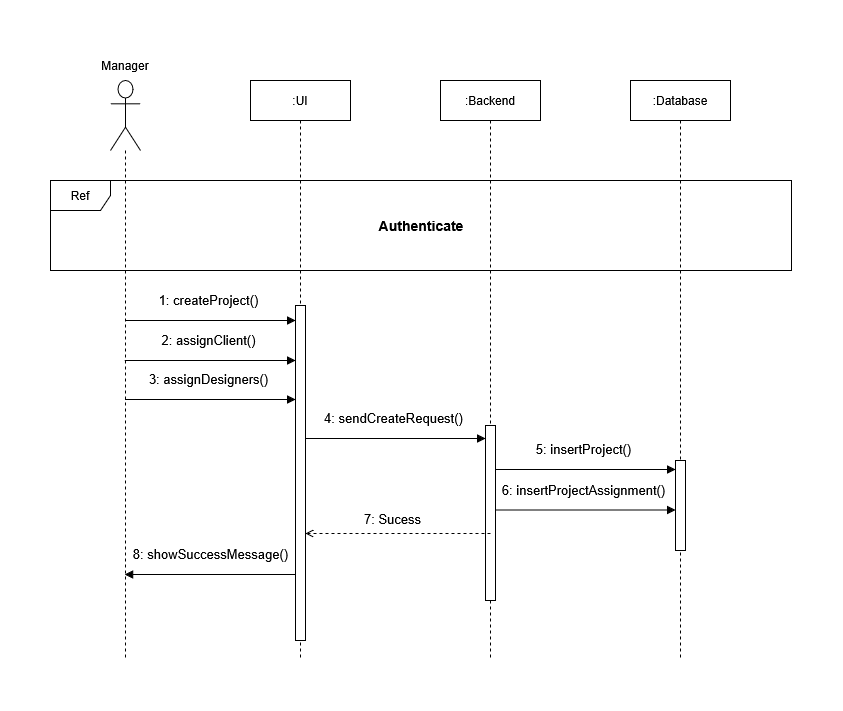
mahdi000666/DesignFlow keeps this draw.io diagram as docs/diagrams/SequenceProjectCreation.drawio.png. Above is the earlier version. Source tidied: cells renumbered, new cells last; positions are measured from the earlier drawing's top-left corner, leaving out a move shared by most shapes.
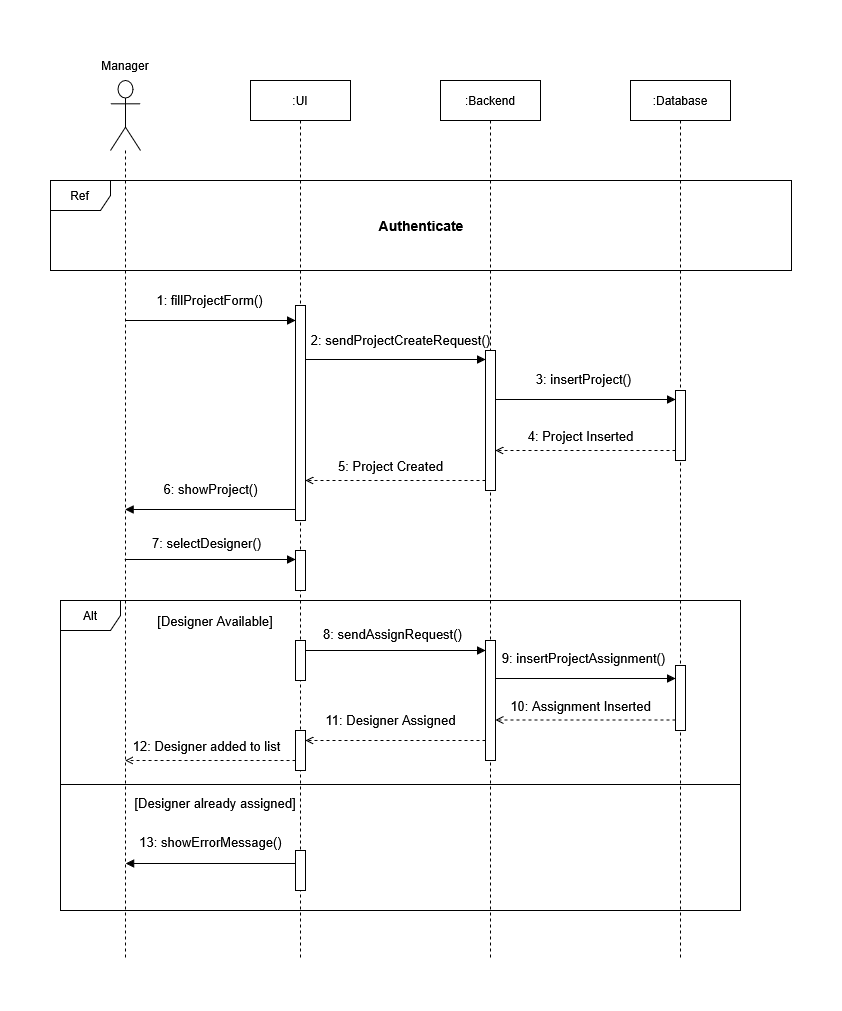
The same diagram one commit later.

Diff of the diagram source:
```diff
@@ -3,39 +3,40 @@
     <mxCell id="0" />
     <mxCell id="1" parent="0" />
     <mxCell id="2" style="shape=umlLifeline;perimeter=lifelinePerimeter;whiteSpace=wrap;html=1;outlineConnect=0;portConstraint=eastwest;newEdgeStyle={&quot;curved&quot;:0,&quot;rounded&quot;:0};participant=umlActor;size=70;" parent="1" vertex="1">
-      <mxGeometry x="60" y="30" width="30" height="580" as="geometry" />
+      <mxGeometry x="60" y="30" width="30" height="880" as="geometry" />
     </mxCell>
     <mxCell id="3" value=":UI" style="shape=umlLifeline;perimeter=lifelinePerimeter;whiteSpace=wrap;html=1;newEdgeStyle={&quot;curved&quot;:0,&quot;rounded&quot;:0};" parent="1" vertex="1">
-      <mxGeometry x="200" y="30" width="100" height="580" as="geometry" />
+      <mxGeometry x="200" y="30" width="100" height="880" as="geometry" />
     </mxCell>
     <mxCell id="4" style="html=1;points=[[0,0,0,0,5],[0,1,0,0,-5],[1,0,0,0,5],[1,1,0,0,-5]];perimeter=orthogonalPerimeter;outlineConnect=0;targetShapes=umlLifeline;portConstraint=eastwest;newEdgeStyle={&quot;curved&quot;:0,&quot;rounded&quot;:0};" parent="3" vertex="1">
-      <mxGeometry x="45" y="225" width="10" height="335" as="geometry" />
+      <mxGeometry x="45" y="225" width="10" height="215" as="geometry" />
     </mxCell>
+    <mxCell id="20" style="html=1;perimeter=orthogonalPerimeter;targetShapes=umlLifeline;newEdgeStyle={&quot;curved&quot;:0,&quot;rounded&quot;:0};" parent="3" vertex="1">
+      <mxGeometry x="45" y="470" width="10" height="40" as="geometry" />
+    </mxCell>
     <mxCell id="5" value="&lt;div&gt;:Backend&lt;/div&gt;" style="shape=umlLifeline;perimeter=lifelinePerimeter;whiteSpace=wrap;html=1;newEdgeStyle={&quot;curved&quot;:0,&quot;rounded&quot;:0};" parent="1" vertex="1">
-      <mxGeometry x="390" y="30" width="100" height="580" as="geometry" />
+      <mxGeometry x="390" y="30" width="100" height="880" as="geometry" />
     </mxCell>
     <mxCell id="6" style="html=1;points=[[0,0,0,0,5],[0,1,0,0,-5],[1,0,0,0,5],[1,1,0,0,-5]];perimeter=orthogonalPerimeter;outlineConnect=0;targetShapes=umlLifeline;portConstraint=eastwest;newEdgeStyle={&quot;curved&quot;:0,&quot;rounded&quot;:0};" parent="5" vertex="1">
-      <mxGeometry x="45" y="345" width="10" height="175" as="geometry" />
+      <mxGeometry x="45" y="270" width="10" height="140" as="geometry" />
     </mxCell>
     <mxCell id="7" value="&lt;div&gt;:Database&lt;/div&gt;" style="shape=umlLifeline;perimeter=lifelinePerimeter;whiteSpace=wrap;html=1;newEdgeStyle={&quot;curved&quot;:0,&quot;rounded&quot;:0};" parent="1" vertex="1">
-      <mxGeometry x="580" y="30" width="100" height="580" as="geometry" />
+      <mxGeometry x="580" y="30" width="100" height="880" as="geometry" />
     </mxCell>
     <mxCell id="8" style="html=1;perimeter=orthogonalPerimeter;targetShapes=umlLifeline;newEdgeStyle={&quot;curved&quot;:0,&quot;rounded&quot;:0};" parent="7" vertex="1">
-      <mxGeometry x="45" y="380" width="10" height="90" as="geometry" />
+      <mxGeometry x="45" y="310" width="10" height="70" as="geometry" />
     </mxCell>
-    <mxCell id="9" value="4: sendCreateRequest()" style="html=1;verticalAlign=bottom;endArrow=block;strokeWidth=1;fontSize=13;" parent="1" edge="1">
-      <mxGeometry x="-0.02" y="10" relative="1" as="geometry">
-        <mxPoint x="255" y="388" as="sourcePoint" />
-        <mxPoint x="435" y="388" as="targetPoint" />
+    <mxCell id="9" value="2: sendProjectCreateRequest()" style="html=1;verticalAlign=bottom;endArrow=block;strokeWidth=1;fontSize=13;" parent="1" edge="1" source="4" target="6">
+      <mxGeometry x="0.06" y="9" relative="1" as="geometry">
         <Array as="points">
-          <mxPoint x="340" y="388" />
+          <mxPoint x="340" y="309" />
         </Array>
       </mxGeometry>
     </mxCell>
-    <mxCell id="10" value="5: insertProject()" style="html=1;verticalAlign=bottom;endArrow=block;strokeWidth=1;fontSize=13;" parent="1" edge="1">
+    <mxCell id="10" value="3: insertProject()" style="html=1;verticalAlign=bottom;endArrow=block;strokeWidth=1;fontSize=13;" parent="1" edge="1">
       <mxGeometry x="-0.02" y="10" relative="1" as="geometry">
-        <mxPoint x="445" y="419" as="sourcePoint" />
-        <mxPoint x="625" y="419" as="targetPoint" />
+        <mxPoint x="445" y="349" as="sourcePoint" />
+        <mxPoint x="625" y="349" as="targetPoint" />
       </mxGeometry>
     </mxCell>
     <mxCell id="11" value="Manager" style="text;html=1;whiteSpace=wrap;strokeColor=none;fillColor=none;align=center;verticalAlign=middle;rounded=0;" parent="1" vertex="1">
@@ -47,48 +48,101 @@
     <mxCell id="13" value="Authenticate" style="text;html=1;whiteSpace=wrap;strokeColor=none;fillColor=none;align=center;verticalAlign=middle;rounded=0;fontStyle=1;fontSize=14;" parent="1" vertex="1">
       <mxGeometry x="340.5" y="160" width="60" height="30" as="geometry" />
     </mxCell>
-    <mxCell id="14" value="1: createProject()" style="html=1;verticalAlign=bottom;endArrow=block;strokeWidth=1;fontSize=13;" parent="1" edge="1" target="4">
+    <mxCell id="14" value="1: fillProjectForm()" style="html=1;verticalAlign=bottom;endArrow=block;strokeWidth=1;fontSize=13;" parent="1" edge="1" target="4">
       <mxGeometry x="-0.01" y="10" relative="1" as="geometry">
         <mxPoint x="74.5" y="270" as="sourcePoint" />
       </mxGeometry>
     </mxCell>
-    <mxCell id="15" value="2: assignClient()" style="html=1;verticalAlign=bottom;endArrow=block;strokeWidth=1;fontSize=13;" parent="1" edge="1" source="2" target="4">
-      <mxGeometry x="-0.02" y="10" relative="1" as="geometry">
-        <Array as="points">
-          <mxPoint x="120" y="310" />
-        </Array>
-      </mxGeometry>
-    </mxCell>
-    <mxCell id="16" value="3: assignDesigners()" style="html=1;verticalAlign=bottom;endArrow=block;strokeWidth=1;fontSize=13;" parent="1" edge="1">
-      <mxGeometry x="-0.03" y="10" relative="1" as="geometry">
-        <mxPoint x="74.7" y="349" as="sourcePoint" />
-        <mxPoint x="245" y="349" as="targetPoint" />
-        <Array as="points">
-          <mxPoint x="175" y="349" />
-        </Array>
-      </mxGeometry>
-    </mxCell>
-    <mxCell id="17" value="7: Sucess" style="html=1;verticalAlign=bottom;endArrow=open;strokeWidth=1;fontSize=13;dashed=1;endFill=0;" parent="1" edge="1">
+    <mxCell id="17" value="5: Project Created" style="html=1;verticalAlign=bottom;endArrow=open;strokeWidth=1;fontSize=13;dashed=1;endFill=0;" parent="1" edge="1">
       <mxGeometry x="0.06" y="-4" relative="1" as="geometry">
-        <mxPoint x="440" y="483" as="sourcePoint" />
-        <mxPoint x="255" y="483" as="targetPoint" />
+        <mxPoint x="435" y="430" as="sourcePoint" />
+        <mxPoint x="255" y="430" as="targetPoint" />
       </mxGeometry>
     </mxCell>
-    <mxCell id="18" value="8: showSuccessMessage()" style="html=1;verticalAlign=bottom;endArrow=block;strokeWidth=1;fontSize=13;" parent="1" edge="1">
-      <mxGeometry y="-10" relative="1" as="geometry">
-        <mxPoint x="245" y="524" as="sourcePoint" />
-        <mxPoint x="74.3" y="524" as="targetPoint" />
-        <Array as="points">
-          <mxPoint x="190" y="524" />
-          <mxPoint x="130" y="524" />
-        </Array>
-      </mxGeometry>
-    </mxCell>
-    <mxCell id="19" value="6: insertProjectAssignment()" style="html=1;verticalAlign=bottom;endArrow=block;strokeWidth=1;fontSize=13;" parent="1" edge="1">
+    <mxCell id="19" value="9: insertProjectAssignment()" style="html=1;verticalAlign=bottom;endArrow=block;strokeWidth=1;fontSize=13;" parent="1" edge="1" target="29">
       <mxGeometry x="-0.02" y="10" relative="1" as="geometry">
-        <mxPoint x="445" y="459.5" as="sourcePoint" />
-        <mxPoint x="625" y="459.5" as="targetPoint" />
+        <mxPoint x="445" y="628" as="sourcePoint" />
       </mxGeometry>
     </mxCell>
+    <mxCell id="21" value="4: Project Inserted" style="html=1;verticalAlign=bottom;endArrow=open;strokeWidth=1;fontSize=13;dashed=1;endFill=0;" parent="1" edge="1" target="6">
+      <mxGeometry x="0.06" y="-4" relative="1" as="geometry">
+        <mxPoint x="625" y="400" as="sourcePoint" />
+      </mxGeometry>
+    </mxCell>
+    <mxCell id="22" value="6: showProject()" style="html=1;verticalAlign=bottom;endArrow=block;strokeWidth=1;fontSize=13;" parent="1" edge="1">
+      <mxGeometry y="-10" relative="1" as="geometry">
+        <mxPoint x="245" y="459" as="sourcePoint" />
+        <mxPoint x="74.6" y="459" as="targetPoint" />
+      </mxGeometry>
+    </mxCell>
+    <mxCell id="23" value="7: selectDesigner()" style="html=1;verticalAlign=bottom;endArrow=block;strokeWidth=1;fontSize=13;" parent="1" edge="1">
+      <mxGeometry x="-0.02" y="6" relative="1" as="geometry">
+        <mxPoint x="74.3" y="509" as="sourcePoint" />
+        <mxPoint x="245" y="509" as="targetPoint" />
+        <mxPoint x="-1" as="offset" />
+      </mxGeometry>
+    </mxCell>
+    <mxCell id="24" value="Alt" style="shape=umlFrame;whiteSpace=wrap;html=1;" parent="1" vertex="1">
+      <mxGeometry x="10" y="550" width="680" height="310" as="geometry" />
+    </mxCell>
+    <mxCell id="25" value="[Designer Available]" style="text;html=1;whiteSpace=wrap;strokeColor=none;fillColor=none;align=center;verticalAlign=middle;rounded=0;fontSize=13;" parent="1" vertex="1">
+      <mxGeometry x="80" y="556" width="170" height="30" as="geometry" />
+    </mxCell>
+    <mxCell id="26" style="html=1;perimeter=orthogonalPerimeter;targetShapes=umlLifeline;newEdgeStyle={&quot;curved&quot;:0,&quot;rounded&quot;:0};" parent="1" vertex="1">
+      <mxGeometry x="245" y="590" width="10" height="40" as="geometry" />
+    </mxCell>
+    <mxCell id="27" value="8: sendAssignRequest()" style="html=1;verticalAlign=bottom;endArrow=block;strokeWidth=1;fontSize=13;exitX=1;exitY=0;exitDx=0;exitDy=5;exitPerimeter=0;" parent="1" edge="1">
+      <mxGeometry x="-0.02" y="6" relative="1" as="geometry">
+        <mxPoint x="255" y="600" as="sourcePoint" />
+        <mxPoint x="435" y="600" as="targetPoint" />
+        <mxPoint x="-1" as="offset" />
+      </mxGeometry>
+    </mxCell>
+    <mxCell id="28" style="html=1;perimeter=orthogonalPerimeter;targetShapes=umlLifeline;newEdgeStyle={&quot;curved&quot;:0,&quot;rounded&quot;:0};" parent="1" vertex="1">
+      <mxGeometry x="435" y="590" width="10" height="120" as="geometry" />
+    </mxCell>
+    <mxCell id="29" style="html=1;points=[[0,0,0,0,5],[0,1,0,0,-5],[1,0,0,0,5],[1,1,0,0,-5]];perimeter=orthogonalPerimeter;outlineConnect=0;targetShapes=umlLifeline;portConstraint=eastwest;newEdgeStyle={&quot;curved&quot;:0,&quot;rounded&quot;:0};" parent="1" vertex="1">
+      <mxGeometry x="625" y="615" width="10" height="65" as="geometry" />
+    </mxCell>
+    <mxCell id="30" value="10: Assignment Inserted" style="html=1;verticalAlign=bottom;endArrow=open;strokeWidth=1;fontSize=13;dashed=1;endFill=0;" parent="1" edge="1">
+      <mxGeometry x="0.06" y="-4" relative="1" as="geometry">
+        <mxPoint x="625" y="669.5" as="sourcePoint" />
+        <mxPoint x="445" y="669.5" as="targetPoint" />
+      </mxGeometry>
+    </mxCell>
+    <mxCell id="31" value="11: Designer Assigned" style="html=1;verticalAlign=bottom;endArrow=open;strokeWidth=1;fontSize=13;dashed=1;endFill=0;" parent="1" edge="1" source="34">
+      <mxGeometry x="-1" y="90" relative="1" as="geometry">
+        <mxPoint x="249.6" y="690" as="targetPoint" />
+      </mxGeometry>
+    </mxCell>
+    <mxCell id="32" value="12: Designer added to list" style="html=1;verticalAlign=bottom;endArrow=open;strokeWidth=1;fontSize=13;dashed=1;endFill=0;" parent="1" edge="1">
+      <mxGeometry x="0.06" y="-4" relative="1" as="geometry">
+        <mxPoint x="245" y="710" as="sourcePoint" />
+        <mxPoint x="74.7" y="710" as="targetPoint" />
+      </mxGeometry>
+    </mxCell>
+    <mxCell id="33" style="html=1;verticalAlign=bottom;endArrow=open;strokeWidth=1;fontSize=13;dashed=1;endFill=0;" parent="1" edge="1" target="34">
+      <mxGeometry x="0.06" y="-4" relative="1" as="geometry">
+        <mxPoint x="435" y="690" as="sourcePoint" />
+      </mxGeometry>
+    </mxCell>
+    <mxCell id="34" style="html=1;points=[[0,0,0,0,5],[0,1,0,0,-5],[1,0,0,0,5],[1,1,0,0,-5]];perimeter=orthogonalPerimeter;outlineConnect=0;targetShapes=umlLifeline;portConstraint=eastwest;newEdgeStyle={&quot;curved&quot;:0,&quot;rounded&quot;:0};" parent="1" vertex="1">
+      <mxGeometry x="245" y="680" width="10" height="40" as="geometry" />
+    </mxCell>
+    <mxCell id="35" style="line;strokeWidth=1;fillColor=none;align=left;verticalAlign=middle;spacingTop=-1;spacingLeft=3;spacingRight=3;labelPosition=right;strokeColor=inherit;" parent="1" vertex="1">
+      <mxGeometry x="10" y="730" width="680" height="8" as="geometry" />
+    </mxCell>
+    <mxCell id="36" value="[Designer already assigned]" style="text;html=1;whiteSpace=wrap;strokeColor=none;fillColor=none;align=center;verticalAlign=middle;rounded=0;fontSize=13;" parent="1" vertex="1">
+      <mxGeometry x="80" y="738" width="170" height="30" as="geometry" />
+    </mxCell>
+    <mxCell id="37" style="html=1;perimeter=orthogonalPerimeter;targetShapes=umlLifeline;newEdgeStyle={&quot;curved&quot;:0,&quot;rounded&quot;:0};" parent="1" vertex="1">
+      <mxGeometry x="245" y="800" width="10" height="40" as="geometry" />
+    </mxCell>
+    <mxCell id="38" value="13: showErrorMessage()" style="html=1;verticalAlign=bottom;endArrow=block;strokeWidth=1;fontSize=13;" parent="1" edge="1">
+      <mxGeometry y="-11" relative="1" as="geometry">
+        <mxPoint x="245" y="813" as="sourcePoint" />
+        <mxPoint x="75.1" y="813" as="targetPoint" />
+      </mxGeometry>
+    </mxCell>
   </root>
 </mxGraphModel>
```
